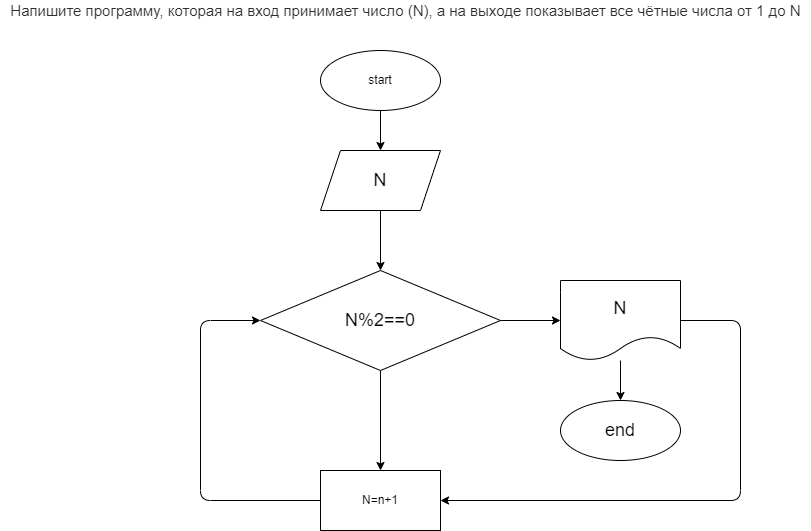
Before: ex04/blok4.drawio.png, a diagram exported from draw.io (ShrimpyKate/HomeWork1). Source tidied: cells renumbered, new cells last; positions are measured from the earlier drawing's top-left corner, leaving out a move shared by most shapes.
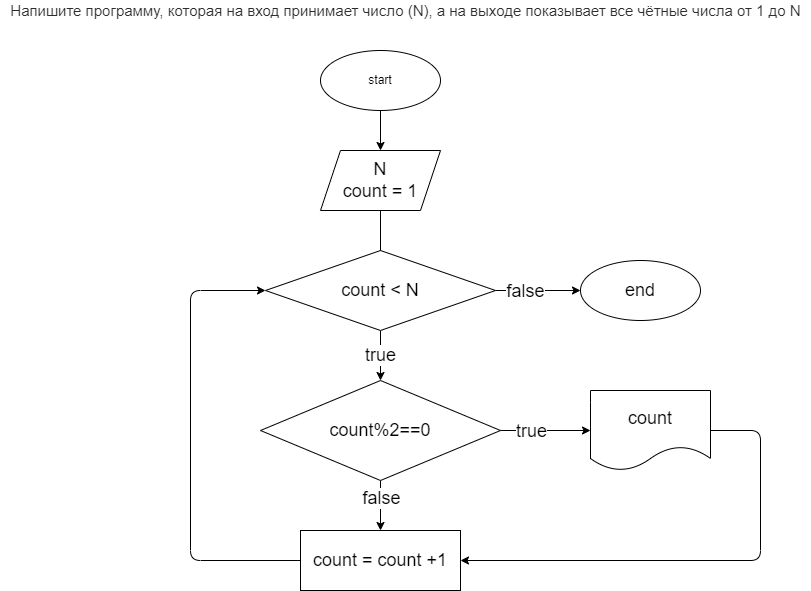
The same diagram one commit later.

Commit message:
написала код для ex04

The edit, as a diff of the source:
```diff
@@ -13,7 +13,7 @@
         <mxPoint x="380" y="270" as="targetPoint" />
       </mxGeometry>
     </mxCell>
-    <mxCell id="5" value="&lt;font style=&quot;font-size: 18px&quot;&gt;N&lt;/font&gt;" style="shape=parallelogram;perimeter=parallelogramPerimeter;whiteSpace=wrap;html=1;fixedSize=1;" parent="1" vertex="1">
+    <mxCell id="5" value="&lt;font style=&quot;font-size: 18px&quot;&gt;N&lt;br&gt;count = 1&lt;br&gt;&lt;/font&gt;" style="shape=parallelogram;perimeter=parallelogramPerimeter;whiteSpace=wrap;html=1;fixedSize=1;" parent="1" vertex="1">
       <mxGeometry x="320" y="150" width="120" height="60" as="geometry" />
     </mxCell>
     <mxCell id="6" value="&lt;span style=&quot;color: rgb(44 , 45 , 48) ; font-family: &amp;#34;roboto&amp;#34; , &amp;#34;san francisco&amp;#34; , &amp;#34;helvetica neue&amp;#34; , &amp;#34;helvetica&amp;#34; , &amp;#34;arial&amp;#34; ; font-size: 15px ; background-color: rgb(255 , 255 , 255)&quot;&gt;Напишите программу, которая на вход принимает число (N), а на выходе показывает все чётные числа от 1 до N&lt;/span&gt;" style="text;html=1;align=center;verticalAlign=middle;strokeColor=none;fillColor=none;" parent="1" vertex="1">
@@ -22,39 +22,54 @@
     <mxCell id="7" style="edgeStyle=none;html=1;" parent="1" edge="1" source="9" target="12">
       <mxGeometry relative="1" as="geometry" />
     </mxCell>
+    <mxCell id="16" value="true" style="edgeLabel;html=1;align=center;verticalAlign=middle;fontSize=18;" parent="7" vertex="1">
+      <mxGeometry x="-0.33" relative="1" as="geometry" />
+    </mxCell>
     <mxCell id="8" style="edgeStyle=none;html=1;" parent="1" edge="1" source="9" target="14">
       <mxGeometry relative="1" as="geometry" />
     </mxCell>
+    <mxCell id="17" value="false" style="edgeLabel;html=1;align=center;verticalAlign=middle;fontSize=18;" parent="8" vertex="1">
+      <mxGeometry x="-0.31" relative="1" as="geometry" />
+    </mxCell>
-    <mxCell id="9" value="&lt;font style=&quot;font-size: 18px&quot;&gt;N%2==0&lt;/font&gt;" style="rhombus;whiteSpace=wrap;html=1;" parent="1" vertex="1">
-      <mxGeometry x="260" y="270" width="240" height="100" as="geometry" />
+    <mxCell id="9" value="&lt;font style=&quot;font-size: 18px&quot;&gt;count%2==0&lt;/font&gt;" style="rhombus;whiteSpace=wrap;html=1;" parent="1" vertex="1">
+      <mxGeometry x="260" y="380" width="240" height="100" as="geometry" />
     </mxCell>
     <mxCell id="10" style="edgeStyle=none;html=1;entryX=1;entryY=0.5;entryDx=0;entryDy=0;exitX=1;exitY=0.5;exitDx=0;exitDy=0;" parent="1" edge="1" source="12" target="14">
       <mxGeometry relative="1" as="geometry">
         <Array as="points">
-          <mxPoint x="740" y="320" />
-          <mxPoint x="740" y="500" />
+          <mxPoint x="760" y="430" />
+          <mxPoint x="760" y="560" />
         </Array>
       </mxGeometry>
     </mxCell>
-    <mxCell id="11" style="edgeStyle=none;html=1;" parent="1" edge="1" source="12" target="15">
-      <mxGeometry relative="1" as="geometry" />
-    </mxCell>
-    <mxCell id="12" value="&lt;font style=&quot;font-size: 18px&quot;&gt;N&lt;/font&gt;" style="shape=document;whiteSpace=wrap;html=1;boundedLbl=1;" parent="1" vertex="1">
-      <mxGeometry x="560" y="280" width="120" height="80" as="geometry" />
+    <mxCell id="12" value="&lt;font style=&quot;font-size: 18px&quot;&gt;count&lt;/font&gt;" style="shape=document;whiteSpace=wrap;html=1;boundedLbl=1;" parent="1" vertex="1">
+      <mxGeometry x="590" y="390" width="120" height="80" as="geometry" />
     </mxCell>
-    <mxCell id="13" style="edgeStyle=none;html=1;entryX=0;entryY=0.5;entryDx=0;entryDy=0;" parent="1" edge="1" source="14" target="9">
-      <mxGeometry relative="1" as="geometry">
-        <Array as="points">
-          <mxPoint x="200" y="500" />
-          <mxPoint x="200" y="320" />
-        </Array>
-      </mxGeometry>
-    </mxCell>
+    <mxCell id="18" style="edgeStyle=none;html=1;entryX=0;entryY=0.5;entryDx=0;entryDy=0;fontSize=18;" parent="1" edge="1" source="14" target="22">
+      <mxGeometry relative="1" as="geometry">
+        <Array as="points">
+          <mxPoint x="190" y="560" />
+          <mxPoint x="190" y="290" />
+        </Array>
+      </mxGeometry>
+    </mxCell>
-    <mxCell id="14" value="N=n+1" style="whiteSpace=wrap;html=1;" parent="1" vertex="1">
-      <mxGeometry x="320" y="470" width="120" height="60" as="geometry" />
+    <mxCell id="14" value="&lt;span style=&quot;font-size: 18px&quot;&gt;count = count +1&lt;/span&gt;" style="whiteSpace=wrap;html=1;" parent="1" vertex="1">
+      <mxGeometry x="300" y="530" width="160" height="60" as="geometry" />
     </mxCell>
     <mxCell id="15" value="&lt;font style=&quot;font-size: 18px&quot;&gt;end&lt;/font&gt;" style="ellipse;whiteSpace=wrap;html=1;" parent="1" vertex="1">
-      <mxGeometry x="560" y="400" width="120" height="60" as="geometry" />
+      <mxGeometry x="580" y="260" width="120" height="60" as="geometry" />
     </mxCell>
+    <mxCell id="19" style="edgeStyle=none;html=1;fontSize=18;entryX=0;entryY=0.5;entryDx=0;entryDy=0;" parent="1" edge="1" source="22" target="15">
+      <mxGeometry relative="1" as="geometry" />
+    </mxCell>
+    <mxCell id="20" value="false" style="edgeLabel;html=1;align=center;verticalAlign=middle;fontSize=18;" parent="19" vertex="1">
+      <mxGeometry x="-0.32" relative="1" as="geometry" />
+    </mxCell>
+    <mxCell id="21" value="true" style="edgeStyle=none;html=1;fontSize=18;" parent="1" edge="1" source="22" target="9">
+      <mxGeometry relative="1" as="geometry" />
+    </mxCell>
+    <mxCell id="22" value="count &amp;lt; N" style="rhombus;whiteSpace=wrap;html=1;fontSize=18;" parent="1" vertex="1">
+      <mxGeometry x="265" y="250" width="230" height="80" as="geometry" />
+    </mxCell>
   </root>
 </mxGraphModel>
```
